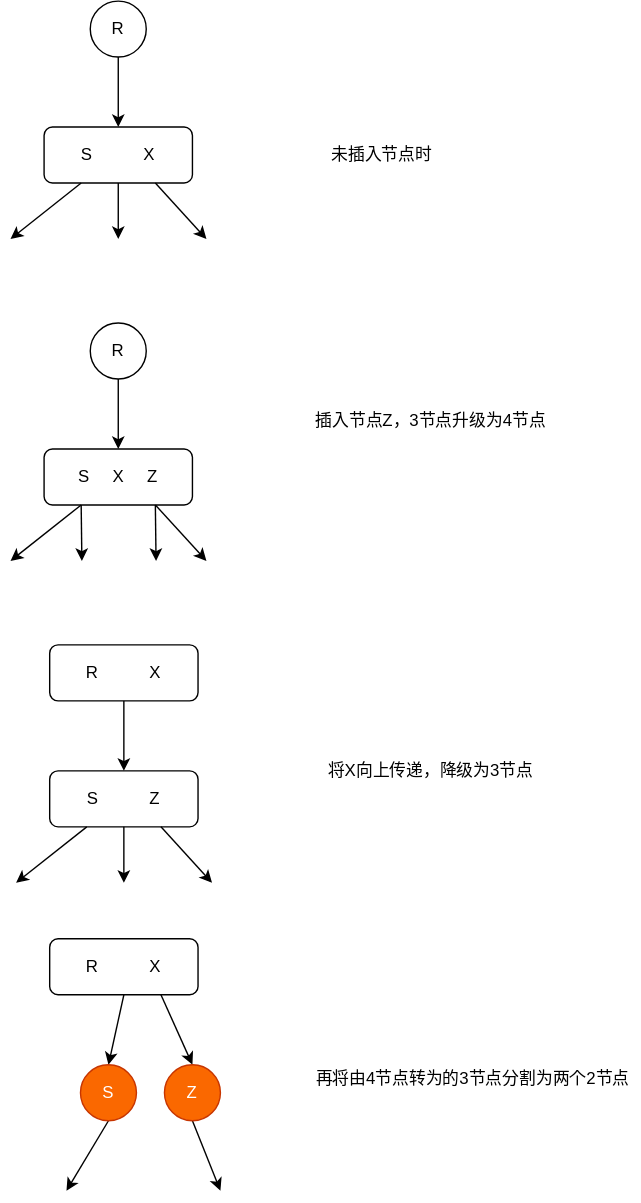
The draw.io diagram java/collection-src-analysis/images/red-black-tree/insert-node-to-three-II.drawio.svg in soloveri/notes-of-cs, before a commit. Source tidied: cells renumbered, new cells last; positions are measured from the earlier drawing's top-left corner, leaving out a move shared by most shapes.
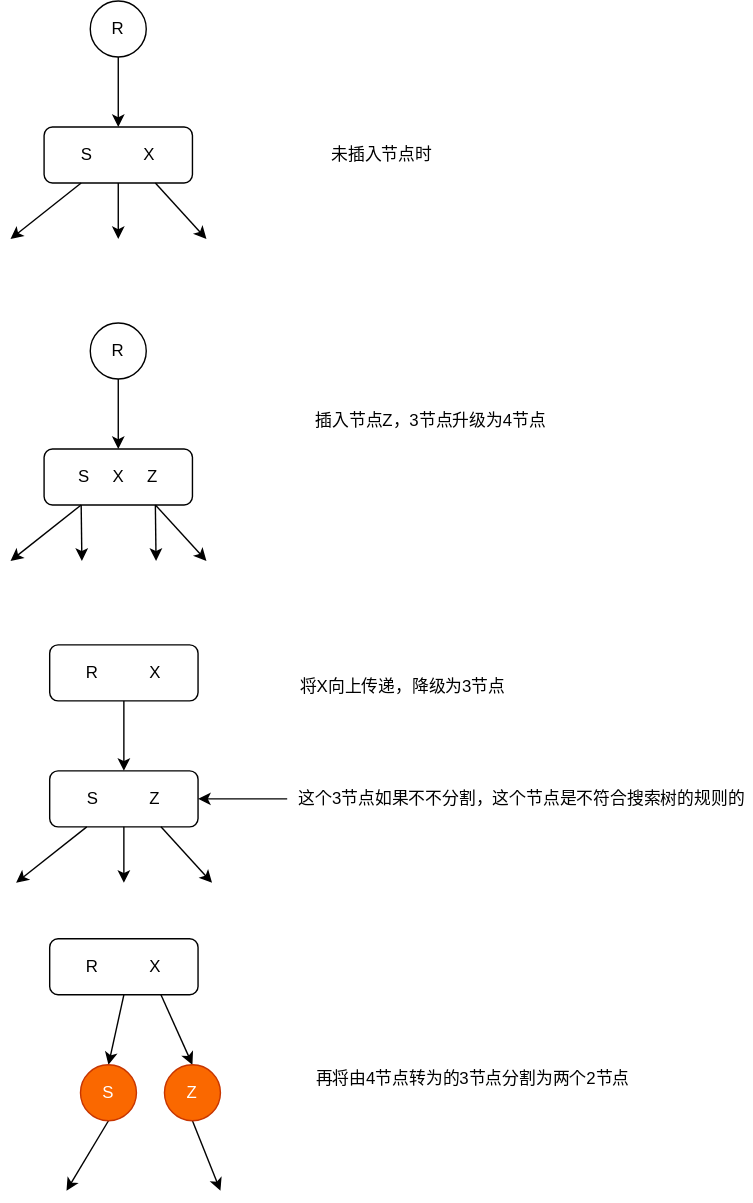
Later version of the same file.

Commit message:
fix bugs of insert analysis red-black tree

Diff of the diagram source:
```diff
@@ -27,7 +27,7 @@
       <mxGeometry x="210" y="290" width="180" height="20" as="geometry" />
     </mxCell>
     <mxCell id="8" value="将X向上传递，降级为3节点" style="text;html=1;align=center;verticalAlign=middle;" parent="1" vertex="1">
-      <mxGeometry x="220" y="540" width="160" height="20" as="geometry" />
+      <mxGeometry x="200" y="480" width="160" height="20" as="geometry" />
     </mxCell>
     <mxCell id="9" value="再将由4节点转为的3节点分割为两个2节点" style="text;html=1;align=center;verticalAlign=middle;" parent="1" vertex="1">
       <mxGeometry x="210" y="760" width="240" height="20" as="geometry" />
@@ -123,5 +123,11 @@
     <mxCell id="31" value="Z" style="ellipse;whiteSpace=wrap;html=1;direction=south;fillColor=#fa6800;strokeColor=#C73500;fontColor=#ffffff;" parent="1" vertex="1">
       <mxGeometry x="110" y="760" width="40" height="40" as="geometry" />
     </mxCell>
+    <mxCell id="32" value="这个3节点如果不不分割，这个节点是不符合搜索树的规则的" style="text;html=1;align=center;verticalAlign=middle;points=[];" parent="1" vertex="1">
+      <mxGeometry x="200" y="560" width="330" height="20" as="geometry" />
+    </mxCell>
+    <mxCell id="33" style="endArrow=classic;html=1;entryX=1;entryY=0.5;entryDx=0;entryDy=0;exitX=-0.007;exitY=0.5;exitDx=0;exitDy=0;exitPerimeter=0;" parent="1" edge="1" source="32" target="19">
+      <mxGeometry relative="1" as="geometry" />
+    </mxCell>
   </root>
 </mxGraphModel>
```
